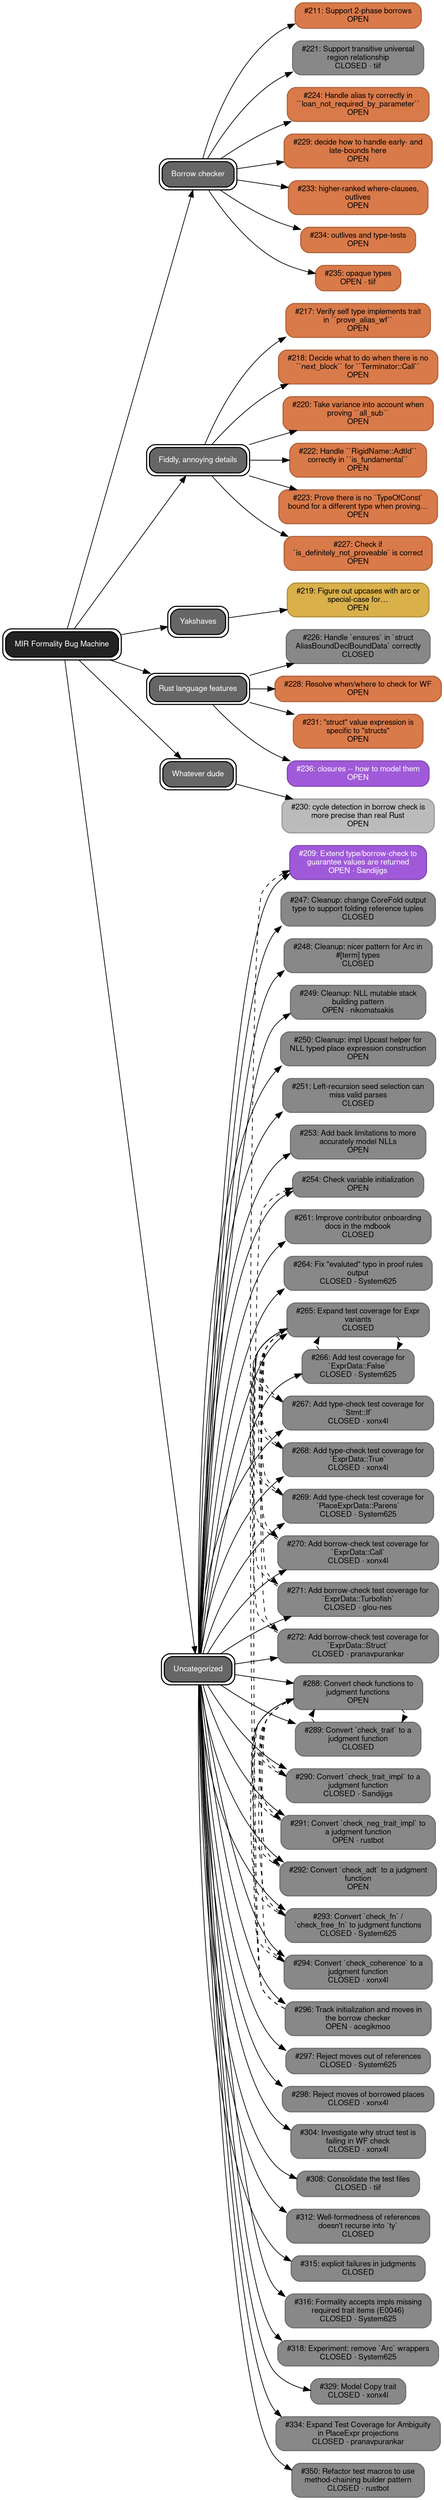
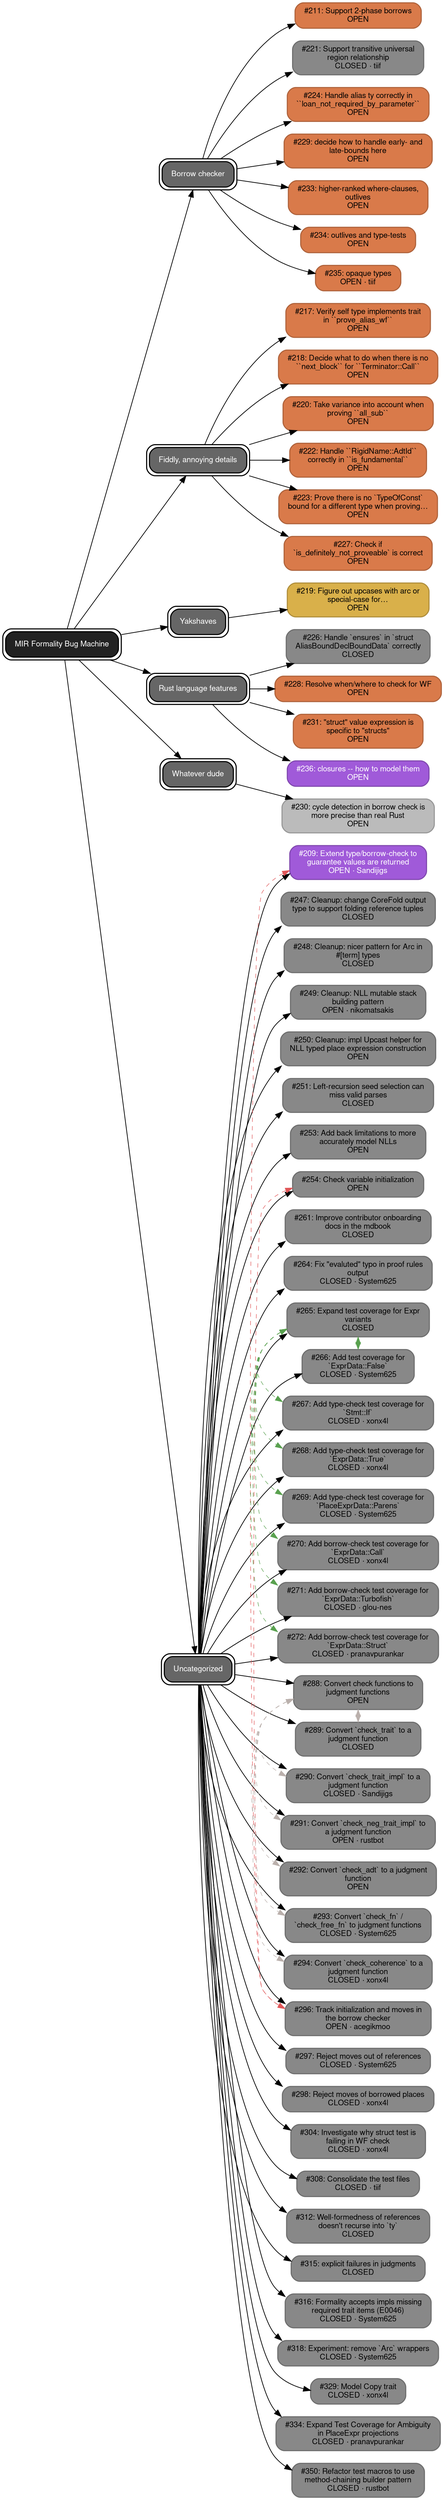
digraph SkillTree {
    rankdir = "LR";
    graph [fontname="Helvetica,Arial,sans-serif"];
    node  [shape=box, style="rounded,filled", fontname="Helvetica,Arial,sans-serif", fontsize=11, margin="0.18,0.08", penwidth=1.5];
    "__project__" [label="MIR Formality Bug Machine", style="rounded,filled", peripheries=2, fillcolor="#222222", fontcolor="white"];
    "__cluster_Borrow checker__" [label="Borrow checker", style="rounded,filled", peripheries=2, fillcolor="#666666", fontcolor="white"];
    "__cluster_Fiddly, annoying details__" [label="Fiddly, annoying details", style="rounded,filled", peripheries=2, fillcolor="#666666", fontcolor="white"];
    "__cluster_Yakshaves__" [label="Yakshaves", style="rounded,filled", peripheries=2, fillcolor="#666666", fontcolor="white"];
    "__cluster_Rust language features__" [label="Rust language features", style="rounded,filled", peripheries=2, fillcolor="#666666", fontcolor="white"];
    "__cluster_Whatever dude__" [label="Whatever dude", style="rounded,filled", peripheries=2, fillcolor="#666666", fontcolor="white"];
    "__cluster_uncategorized__" [label="Uncategorized", style="rounded,filled", peripheries=2, fillcolor="#666666", fontcolor="white"];
    "rust-lang/a-mir-formality#209" [label="#209: Extend type/borrow-check to\nguarantee values are returned\nOPEN · Sandijigs", fillcolor="#a05ad9", fontcolor="white", color="#8048ae", URL="https://github.com/rust-lang/a-mir-formality/issues/209", tooltip="Functions can return without initializing their return place, which should be a type/borrow check error.\n\nCurrently the check for return place initialization was removed to enable the pending_outlives refactoring (threading outlives constraints as parameters instead of mutating TypeckEnv).…"];
    "rust-lang/a-mir-formality#211" [label="#211: Support 2-phase borrows\nOPEN", fillcolor="#d97a4a", fontcolor="black", color="#ae623b", URL="https://github.com/rust-lang/a-mir-formality/issues/211", tooltip="The borrowck implementation will also need to support 2-phase borrows eventually. \n\nIn the mean time, we can already add failing test cases that would pass with the appropriate support."];
    "rust-lang/a-mir-formality#217" [label="#217: Verify self type implements trait\nin ``prove_alias_wf``\nOPEN", fillcolor="#d97a4a", fontcolor="black", color="#ae623b", URL="https://github.com/rust-lang/a-mir-formality/issues/217", tooltip="I don't have concrete idea on how to do that yet, feel free to add more description."];
    "rust-lang/a-mir-formality#218" [label="#218: Decide what to do when there is no\n``next_block`` for ``Terminator::Call``\nOPEN", fillcolor="#d97a4a", fontcolor="black", color="#ae623b", URL="https://github.com/rust-lang/a-mir-formality/issues/218", tooltip="In minirust, if this is value None, then UB will be raised when the function returns. I personally think we can make just make this value not an ``Option``, so our MIR that passed parsing is always valid."];
    "rust-lang/a-mir-formality#219" [label="#219: Figure out upcases with arc or\nspecial-case for…\nOPEN", fillcolor="#d9b04a", fontcolor="black", color="#ae8d3b", URL="https://github.com/rust-lang/a-mir-formality/issues/219"];
    "rust-lang/a-mir-formality#220" [label="#220: Take variance into account when\nproving ``all_sub``\nOPEN", fillcolor="#d97a4a", fontcolor="black", color="#ae623b", URL="https://github.com/rust-lang/a-mir-formality/issues/220"];
    "rust-lang/a-mir-formality#221" [label="#221: Support transitive universal\nregion relationship\nCLOSED · tiif", fillcolor="#888888", fontcolor="black", color="#6d6d6d", URL="https://github.com/rust-lang/a-mir-formality/issues/221", tooltip="which is also making ``declared_transitive_universal_region_relationship`` test pass."];
    "rust-lang/a-mir-formality#222" [label="#222: Handle ``RigidName::AdtId``\ncorrectly in ``is_fundamental``\nOPEN", fillcolor="#d97a4a", fontcolor="black", color="#ae623b", URL="https://github.com/rust-lang/a-mir-formality/issues/222"];
    "rust-lang/a-mir-formality#223" [label="#223: Prove there is no `TypeOfConst`\nbound for a different type when proving…\nOPEN", fillcolor="#d97a4a", fontcolor="black", color="#ae623b", URL="https://github.com/rust-lang/a-mir-formality/issues/223"];
    "rust-lang/a-mir-formality#224" [label="#224: Handle alias ty correctly in\n``loan_not_required_by_parameter``\nOPEN", fillcolor="#d97a4a", fontcolor="black", color="#ae623b", URL="https://github.com/rust-lang/a-mir-formality/issues/224", tooltip="Per the comment…"];
    "rust-lang/a-mir-formality#226" [label="#226: Handle `ensures` in `struct\nAliasBoundDeclBoundData` correctly\nCLOSED", fillcolor="#888888", fontcolor="black", color="#6d6d6d", URL="https://github.com/rust-lang/a-mir-formality/issues/226", tooltip="It is currently encoded as something like `<T> [T: Foo]` where `T` represents the alias."];
    "rust-lang/a-mir-formality#227" [label="#227: Check if\n`is_definitely_not_proveable` is correct\nOPEN", fillcolor="#d97a4a", fontcolor="black", color="#ae623b", URL="https://github.com/rust-lang/a-mir-formality/issues/227", tooltip="per the comment\n\n    // Require only universal variables, so e.g. `forall<T> not (T: Foo)`.\n    // For those, we can convert universal and existential and try to prove\n    // the inverse (so try to prove `exists<T> (T: Foo)`, with a bias towards\n    // completeness. If that fails, then we know that for all `T`, `T: Foo` is false.\n    //\n    // But with existential we can do no such trick.…"];
    "rust-lang/a-mir-formality#228" [label="#228: Resolve when/where to check for WF\nOPEN", fillcolor="#d97a4a", fontcolor="black", color="#ae623b", URL="https://github.com/rust-lang/a-mir-formality/issues/228", tooltip="In reviewing the FIXMEs in the code, we encountered a case related to when to check that 'ensures' bounds are WF. Consider this:\n\ntrait Foo {\n    type Bar: Baz<String>;\n}\n\ntrait Baz<T: Copy> { }\n\nShould it be an error? Os is the trait ok, it can just never be implemented? (perhaps a warning, which mir-formality doesn't model)\n\nSeems related to so-called \"trivial bounds\"...…"];
    "rust-lang/a-mir-formality#229" [label="#229: decide how to handle early- and\nlate-bounds here\nOPEN", fillcolor="#d97a4a", fontcolor="black", color="#ae623b", URL="https://github.com/rust-lang/a-mir-formality/issues/229", tooltip="From the code:\n\nWe are assuming that the function definitions have no early-bound parameters here, but in Rust they do, how should we handle this? e.g., consider\n\nfn foo<'a, T>(x: &'a T) { }\n\nin Rust this yields a type like `for<'a> foo<'a, ?X>`."];
    "rust-lang/a-mir-formality#230" [label="#230: cycle detection in borrow check is\nmore precise than real Rust\nOPEN", fillcolor="#bbbbbb", fontcolor="black", color="#969696", URL="https://github.com/rust-lang/a-mir-formality/issues/230", tooltip="From the rust\n\n// Cycle detection: if we've already visited this block with the same live loans,\n// we've reached a fixpoint and can stop recursing.…"];
    "rust-lang/a-mir-formality#231" [label="#231: \"struct\" value expression is\nspecific to \"structs\"\nOPEN", fillcolor="#d97a4a", fontcolor="black", color="#ae623b", URL="https://github.com/rust-lang/a-mir-formality/issues/231", tooltip="We handle Struct value expressions from mini-rust, but how do we create instances of enums?"];
    "rust-lang/a-mir-formality#233" [label="#233: higher-ranked where-clauses,\noutlives\nOPEN", fillcolor="#d97a4a", fontcolor="black", color="#ae623b", URL="https://github.com/rust-lang/a-mir-formality/issues/233", tooltip="We don't have any tests for Rust features like \n\nfn foo<T>()\nwhere\n    for<'a> T: Trait<'a>\n{}\n\nwe should fix that (and fix the borrow checker to support it!)"];
    "rust-lang/a-mir-formality#234" [label="#234: outlives and type-tests\nOPEN", fillcolor="#d97a4a", fontcolor="black", color="#ae623b", URL="https://github.com/rust-lang/a-mir-formality/issues/234", tooltip="We need tests for outlives and associated type projections of various kinds."];
    "rust-lang/a-mir-formality#235" [label="#235: opaque types\nOPEN · tiif", fillcolor="#d97a4a", fontcolor="black", color="#ae623b", URL="https://github.com/rust-lang/a-mir-formality/issues/235", tooltip="These are not modeled at all and they are confusing AF."];
    "rust-lang/a-mir-formality#236" [label="#236: closures -- how to model them\nOPEN", fillcolor="#a05ad9", fontcolor="white", color="#8048ae", URL="https://github.com/rust-lang/a-mir-formality/issues/236", tooltip="We need to decide how to model closures. They have a lot of fun stuff to consider:\n\n* borrow check interactions\n* outlives\n* etc"];
    "rust-lang/a-mir-formality#247" [label="#247: Cleanup: change CoreFold output\ntype to support folding reference tuples\nCLOSED", fillcolor="#888888", fontcolor="black", color="#6d6d6d", URL="https://github.com/rust-lang/a-mir-formality/issues/247", tooltip="Follow-up cleanup from PR #246:\n\n`CoreFold` currently requires the output type to be `Self`, which prevents `apply(&(&Wcs, &Wcs))` from producing `(Wcs, Wcs)`. Changing this would let `prove_after.rs` collapse two separate `apply` calls into a single tuple destructure:\n\n// current (two calls)\n(let assumptions = c1.substitution().apply(assumptions))\n(let goal = c1.substitution().apply(goal))…"];
    "rust-lang/a-mir-formality#248" [label="#248: Cleanup: nicer pattern for Arc in\n#[term] types\nCLOSED", fillcolor="#888888", fontcolor="black", color="#6d6d6d", URL="https://github.com/rust-lang/a-mir-formality/issues/248", tooltip="Follow-up cleanup from PR #246:\n\nPattern-matching `#[term]` enum variants with `Arc`-wrapped fields binds as `&Arc<T>`, requiring `&**var` to dereference through the Arc before Upcast can work. For example:\n\n// current: need double-deref to get &Ty from &Arc<Ty>\nTy::My(a) => sub(&a, &b)\n\n// desired: just use the variable directly\nTy::My(a) => sub(a, b)…"];
    "rust-lang/a-mir-formality#249" [label="#249: Cleanup: NLL mutable stack\nbuilding pattern\nOPEN · nikomatsakis", fillcolor="#888888", fontcolor="black", color="#6d6d6d", URL="https://github.com/rust-lang/a-mir-formality/issues/249", tooltip="Follow-up cleanup from PR #246:\n\n`nll.rs` has a clone-heavy pattern for building an immutable stack:\n\nlet stack = { let mut s = stack.clone(); s.push(this_entry.clone()); s }\n\nThis could be made more readable, possibly with a helper or a different data structure.\n\nSee: https://github.com/rust-lang/a-mir-formality/pull/246#discussion_r2889222269"];
    "rust-lang/a-mir-formality#250" [label="#250: Cleanup: impl Upcast helper for\nNLL typed place expression construction\nOPEN", fillcolor="#888888", fontcolor="black", color="#6d6d6d", URL="https://github.com/rust-lang/a-mir-formality/issues/250", tooltip="Follow-up cleanup from PR #246:\n\n`TypedPlaceExpression` struct literal construction in `nll.rs` requires explicit `Arc::new` and `.clone()` calls:\n\nroot: Arc::new(root_expr.clone()),\nty: ty.clone(),\nkind: TypedPlaceExpressionKind::Deref(Arc::new(inner_expr.clone())),…"];
    "rust-lang/a-mir-formality#251" [label="#251: Left-recursion seed selection can\nmiss valid parses\nCLOSED", fillcolor="#888888", fontcolor="black", color="#6d6d6d", URL="https://github.com/rust-lang/a-mir-formality/issues/251", tooltip="Summary\n\nThe left-recursion fixed-point loop selects only the longest base-case parse as the seed for each iteration. When a shorter base-case parse would compose with a left-recursive variant to produce a valid complete parse, that composition is never explored.\n\nReproducing grammar\n\nE = E . then . end     // left-recursive: needs \". then . end\" after E\n  | $id .…"];
    "rust-lang/a-mir-formality#253" [label="#253: Add back limitations to more\naccurately model NLLs\nOPEN", fillcolor="#888888", fontcolor="black", color="#6d6d6d", URL="https://github.com/rust-lang/a-mir-formality/issues/253", tooltip="https://github.com/rust-lang/a-mir-formality/pull/244 expands the borrowck implementation for what we want to reach in the future: more precision, less errors, etc.…"];
    "rust-lang/a-mir-formality#254" [label="#254: Check variable initialization\nOPEN", fillcolor="#888888", fontcolor="black", color="#6d6d6d", URL="https://github.com/rust-lang/a-mir-formality/issues/254", tooltip="In today's formality, we never check if a variable is initialized before use, so the test below passed although it shouldn't.\n\ncrate Foo {\n    fn foo () -> u32 = minirust() -> x {\n        let x: u32;\n        exists {\n            bb0: {\n                statements {\n                }\n                return;\n            }\n        }\n    };\n}\n\nThe test above is equivalent to…"];
    "rust-lang/a-mir-formality#261" [label="#261: Improve contributor onboarding\ndocs in the mdbook\nCLOSED", fillcolor="#888888", fontcolor="black", color="#6d6d6d", URL="https://github.com/rust-lang/a-mir-formality/issues/261", tooltip="As discussed in #t-types/formality on Zulip, it would be helpful to expand the a-mir-formality to make it easier for new contributors to get started. Currently the Intro page is empty and the README lists crate names that no longer match the workspace.\n\n1.…"];
    "rust-lang/a-mir-formality#264" [label="#264: Fix \"evaluted\" typo in proof rules\noutput\nCLOSED · System625", fillcolor="#888888", fontcolor="black", color="#6d6d6d", URL="https://github.com/rust-lang/a-mir-formality/issues/264", tooltip="The proof rules output says \"evaluted\" instead of \"evaluated\" in several places.\n\nThe source of the typo is here in `proven_set.rs`. Fix it there, then run:\n\nUPDATE_EXPECT=1 cargo test\n\nto update the expect-test snapshots automatically.\n\ncondition evaluted to false: `place_disjoint_from_place(...)`\n\nshould be:\n\ncondition evaluated to false: `place_disjoint_from_place(...)`"];
    "rust-lang/a-mir-formality#265" [label="#265: Expand test coverage for Expr\nvariants\nCLOSED", fillcolor="#888888", fontcolor="black", color="#6d6d6d", URL="https://github.com/rust-lang/a-mir-formality/issues/265", tooltip="Tracking issue for ensuring we have both borrow-checker (`borrowck.rs`) and type-checking (`mir_typeck.rs`) test coverage for every `Expr`, `Stmt`, and `PlaceExpr` variant.\n\nCurrent coverage gaps…"];
    "rust-lang/a-mir-formality#266" [label="#266: Add test coverage for\n`ExprData::False`\nCLOSED · System625", fillcolor="#888888", fontcolor="black", color="#6d6d6d", URL="https://github.com/rust-lang/a-mir-formality/issues/266", tooltip="Parent tracking issue: #265\n\nThe `ExprData::False` variant has no test coverage in either `borrowck.rs` or `mir_typeck.rs`.\n\nAdd at least one test exercising the `false` literal, e.g.:\n- A borrow-check test with `if false { ... } else { ... }`\n- A type-check test using `false` as an expression\n\nSee the parent tracking issue for instructions on how to add tests and which files to edit."];
    "rust-lang/a-mir-formality#267" [label="#267: Add type-check test coverage for\n`Stmt::If`\nCLOSED · xonx4l", fillcolor="#888888", fontcolor="black", color="#6d6d6d", URL="https://github.com/rust-lang/a-mir-formality/issues/267", tooltip="Parent tracking issue: #265\n\nThe `Stmt::If` variant has borrow-check coverage (e.g., `min_problem_case_3`) but no type-checking coverage in `mir_typeck.rs`.\n\nAdd a test that exercises an `if` statement in the surface language. For example, a function that branches on a condition and returns different values from each branch.…"];
    "rust-lang/a-mir-formality#268" [label="#268: Add type-check test coverage for\n`ExprData::True`\nCLOSED · xonx4l", fillcolor="#888888", fontcolor="black", color="#6d6d6d", URL="https://github.com/rust-lang/a-mir-formality/issues/268", tooltip="Parent tracking issue: #265\n\nThe `ExprData::True` variant has borrow-check coverage (e.g., `min_problem_case_3`) but no type-checking coverage in `mir_typeck.rs`.\n\nAdd a test that uses the `true` literal. This could be combined with a `Stmt::If` test. See the parent tracking issue for instructions on how to add tests."];
    "rust-lang/a-mir-formality#269" [label="#269: Add type-check test coverage for\n`PlaceExprData::Parens`\nCLOSED · System625", fillcolor="#888888", fontcolor="black", color="#6d6d6d", URL="https://github.com/rust-lang/a-mir-formality/issues/269", tooltip="Parent tracking issue: #265\n\nThe `PlaceExprData::Parens` variant has borrow-check coverage (e.g., `problem_case_4`) but no type-checking coverage in `mir_typeck.rs`.\n\nAdd a test that uses a parenthesized place expression, e.g., `(*v).field` where the deref needs parens to parse correctly. See the parent tracking issue for instructions on how to add tests."];
    "rust-lang/a-mir-formality#270" [label="#270: Add borrow-check test coverage for\n`ExprData::Call`\nCLOSED · xonx4l", fillcolor="#888888", fontcolor="black", color="#6d6d6d", URL="https://github.com/rust-lang/a-mir-formality/issues/270", tooltip="Parent tracking issue: #265\n\nThe `ExprData::Call` variant has type-checking coverage (e.g., `test_call_terminator`) but no borrow-check coverage in `borrowck.rs`.\n\nAdd borrow-check tests exercising function calls, e.g.:\n- Passing a borrowed reference to a function\n- Calling a function while a borrow is live\n- A function that takes `&mut` preventing aliased access…"];
    "rust-lang/a-mir-formality#271" [label="#271: Add borrow-check test coverage for\n`ExprData::Turbofish`\nCLOSED · glou-nes", fillcolor="#888888", fontcolor="black", color="#6d6d6d", URL="https://github.com/rust-lang/a-mir-formality/issues/271", tooltip="Parent tracking issue: #265\n\nThe `ExprData::Turbofish` variant has type-checking coverage (e.g., `test_call_generic_fn_with_turbofish`) but no borrow-check coverage in `borrowck.rs`.\n\nAdd a borrow-check test that calls a generic function with explicit type/lifetime parameters using turbofish syntax (e.g., `identity::<u32>(v)`).\n\nSee the parent tracking issue for instructions on how to add tests."];
    "rust-lang/a-mir-formality#272" [label="#272: Add borrow-check test coverage for\n`ExprData::Struct`\nCLOSED · pranavpurankar", fillcolor="#888888", fontcolor="black", color="#6d6d6d", URL="https://github.com/rust-lang/a-mir-formality/issues/272", tooltip="Parent tracking issue: #265\n\nThe `ExprData::Struct` variant has type-checking coverage (e.g., `test_struct`) but no borrow-check coverage in `borrowck.rs`.\n\nAdd borrow-check tests exercising struct construction, e.g.:\n- Constructing a struct that borrows from a local\n- Accessing a struct field while another field is borrowed\n\nSee the parent tracking issue for instructions on how to add tests."];
    "rust-lang/a-mir-formality#288" [label="#288: Convert check functions to\njudgment functions\nOPEN", fillcolor="#888888", fontcolor="black", color="#6d6d6d", URL="https://github.com/rust-lang/a-mir-formality/issues/288", tooltip="Tracking issue for converting the top-level checking code from regular Rust functions (that manually construct proof trees) into judgment functions.\n\nHow it works today\n\na-mir-formality begins today by calling `check_all_crates`.…"];
    "rust-lang/a-mir-formality#289" [label="#289: Convert `check_trait` to a\njudgment function\nCLOSED", fillcolor="#888888", fontcolor="black", color="#6d6d6d", URL="https://github.com/rust-lang/a-mir-formality/issues/289", tooltip="Parent tracking issue: #288\n\nConvert `check_trait` from a regular Rust function to a judgment function.\n\nCurrently it: opens the trait binder, proves where-clauses are well-formed, and checks each trait item.…"];
    "rust-lang/a-mir-formality#290" [label="#290: Convert `check_trait_impl` to a\njudgment function\nCLOSED · Sandijigs", fillcolor="#888888", fontcolor="black", color="#6d6d6d", URL="https://github.com/rust-lang/a-mir-formality/issues/290", tooltip="Parent tracking issue: #288\n\nConvert `check_trait_impl` from a regular Rust function to a judgment function.\n\nCurrently it: opens the binder, proves WF + is_implemented + not_implemented, checks safety, and checks impl items.…"];
    "rust-lang/a-mir-formality#291" [label="#291: Convert `check_neg_trait_impl` to\na judgment function\nOPEN · rustbot", fillcolor="#888888", fontcolor="black", color="#6d6d6d", URL="https://github.com/rust-lang/a-mir-formality/issues/291", tooltip="Parent tracking issue: #288\n\nConvert `check_neg_trait_impl` from a regular Rust function to a judgment function.\n\nCurrently it: opens the binder, proves WF + not_implemented, and validates that negative impls are not declared unsafe.\n\nSee the parent tracking issue for context and examples.\n\nThis issue has been assigned to @JojoFlex1 via this comment."];
    "rust-lang/a-mir-formality#292" [label="#292: Convert `check_adt` to a judgment\nfunction\nOPEN", fillcolor="#888888", fontcolor="black", color="#6d6d6d", URL="https://github.com/rust-lang/a-mir-formality/issues/292", tooltip="Parent tracking issue: #288\n\nConvert `check_adt` from a regular Rust function to a judgment function.\n\nCurrently it: opens the ADT binder, proves where-clauses are well-formed, and proves each field type is well-formed.\n\nSee the parent tracking issue for context and examples."];
    "rust-lang/a-mir-formality#293" [label="#293: Convert `check_fn` /\n`check_free_fn` to judgment functions\nCLOSED · System625", fillcolor="#888888", fontcolor="black", color="#6d6d6d", URL="https://github.com/rust-lang/a-mir-formality/issues/293", tooltip="Parent tracking issue: #288\n\nConvert `check_free_fn` and `check_fn` from regular Rust functions to judgment functions.\n\n`check_free_fn` is a thin wrapper that calls `check_fn` with an empty env.\n\n`check_fn` currently: proves WF of where-clauses + argument types + return type, then dispatches to the borrow checker for the function body.…"];
    "rust-lang/a-mir-formality#294" [label="#294: Convert `check_coherence` to a\njudgment function\nCLOSED · xonx4l", fillcolor="#888888", fontcolor="black", color="#6d6d6d", URL="https://github.com/rust-lang/a-mir-formality/issues/294", tooltip="Parent tracking issue: #288\n\nConvert `check_coherence` from a regular Rust function to a judgment function.\n\nCurrently it orchestrates:\n- `orphan_check` / `orphan_check_neg` — proves is_local\n- `overlap_check` — proves non-overlap via not_goal or inverted where-clauses\n\nThese helpers should also be converted.\n\nSee the parent tracking issue for context and examples."];
    "rust-lang/a-mir-formality#296" [label="#296: Track initialization and moves in\nthe borrow checker\nOPEN · acegikmoo", fillcolor="#888888", fontcolor="black", color="#6d6d6d", URL="https://github.com/rust-lang/a-mir-formality/issues/296", tooltip="Updates #254. Related to #209.\n\nThe borrow checker currently does not track whether variables are initialized or have been moved. This means programs that use uninitialized variables or use variables after they've been moved are accepted when they should be rejected.\n\nFor example, this should be an error but currently passes:…"];
    "rust-lang/a-mir-formality#297" [label="#297: Reject moves out of references\nCLOSED · System625", fillcolor="#888888", fontcolor="black", color="#6d6d6d", URL="https://github.com/rust-lang/a-mir-formality/issues/297", tooltip="You cannot move a value out from behind a reference (`&T` or `&mut T`). Currently formality allows this.\n\nIn rustc this is error E0507: \"cannot move out of `*r` which is behind a shared/mutable reference.\" This is a property of the place being behind a reference, not about active loans — it applies even if there are no other borrows.…"];
    "rust-lang/a-mir-formality#298" [label="#298: Reject moves of borrowed places\nCLOSED · xonx4l", fillcolor="#888888", fontcolor="black", color="#6d6d6d", URL="https://github.com/rust-lang/a-mir-formality/issues/298", tooltip="You cannot move a place that currently has an active loan. Currently formality detects conflicts when writing to a borrowed place, but does not specifically check moves.\n\nIn rustc this is error E0505: \"cannot move out of `x` because it is borrowed.\"…"];
    "rust-lang/a-mir-formality#304" [label="#304: Investigate why struct test is\nfailing in WF check\nCLOSED · xonx4l", fillcolor="#888888", fontcolor="black", color="#6d6d6d", URL="https://github.com/rust-lang/a-mir-formality/issues/304", tooltip="PR #282 left an odd error in `src/test/borrowck.rs`. See the conversation here:\n\nhttps://github.com/rust-lang/a-mir-formality/pull/282#discussion_r3019048262"];
    "rust-lang/a-mir-formality#308" [label="#308: Consolidate the test files\nCLOSED · tiif", fillcolor="#888888", fontcolor="black", color="#6d6d6d", URL="https://github.com/rust-lang/a-mir-formality/issues/308", tooltip="Currently, our test is in both ``src/test`` and ``tests``, it will be nice to have only one place for all tests."];
    "rust-lang/a-mir-formality#312" [label="#312: Well-formedness of references\ndoesn't recurse into `ty`\nCLOSED", fillcolor="#888888", fontcolor="black", color="#6d6d6d", URL="https://github.com/rust-lang/a-mir-formality/issues/312", tooltip="The following code passes at the moment:\n\n[test]\nfn bad() {\n    test_program_ok(\n        \"[crate core {\n            trait Trait {}\n            struct A<X> where X: Trait {}\n            fn invalid<'a, X>(x: &'a A<X>) -> ()\n            where\n                X: 'a,\n            {}\n        }]\",\n    )\n    .assert_ok();\n}…"];
    "rust-lang/a-mir-formality#315" [label="#315: explicit failures in judgments\nCLOSED", fillcolor="#888888", fontcolor="black", color="#6d6d6d", URL="https://github.com/rust-lang/a-mir-formality/issues/315", tooltip="From #310, I think we should add a new form into the judgment-fn macro like `(fail \"...\", ...)`. This would create an anyhow error that fails. It would be used to document cases that are intentionally omitted and to produce better error messages (e.g., moving from a `*` is not accepted)."];
    "rust-lang/a-mir-formality#316" [label="#316: Formality accepts impls missing\nrequired trait items (E0046)\nCLOSED · System625", fillcolor="#888888", fontcolor="black", color="#6d6d6d", URL="https://github.com/rust-lang/a-mir-formality/issues/316", tooltip="`check_trait_impl` does not verify that all required trait items are provided by the impl. This means formality silently accepts programs that rustc rejects with E0046 (\"not all trait items implemented\").\n\nReproduction\n\nThe following program passes formality but is rejected by rustc:\n\ntrait Foo {\n    fn bar(self_: u32) -> u32;\n}\nstruct MyStruct {}\nimpl Foo for MyStruct {}…"];
    "rust-lang/a-mir-formality#318" [label="#318: Experiment: remove `Arc` wrappers\nCLOSED · System625", fillcolor="#888888", fontcolor="black", color="#6d6d6d", URL="https://github.com/rust-lang/a-mir-formality/issues/318", tooltip="Currently we have Arc-wrapper types in a number of places--\n\nhttps://github.com/rust-lang/a-mir-formality/blob/0e9b18c8bcf5cab4f9e30d132c1d7d6cf2dcc890/crates/formality-rust/src/grammar/ty.rs#L14-L19\n\nand an inner enum type\n\nhttps://github.com/rust-lang/a-mir-formality/blob/0e9b18c8bcf5cab4f9e30d132c1d7d6cf2dcc890/crates/formality-rust/src/grammar/ty.rs#L118-L130\n\n---which I hate.…"];
    "rust-lang/a-mir-formality#329" [label="#329: Model Copy trait\nCLOSED · xonx4l", fillcolor="#888888", fontcolor="black", color="#6d6d6d", URL="https://github.com/rust-lang/a-mir-formality/issues/329", tooltip="As noted in <https://github.com/rust-lang/a-mir-formality/pull/323#discussion_r3080736286>, we are starting to need to model the actual `Copy` trait in borrow check."];
    "rust-lang/a-mir-formality#334" [label="#334: Expand Test Coverage for Ambiguity\nin PlaceExpr projections\nCLOSED · pranavpurankar", fillcolor="#888888", fontcolor="black", color="#6d6d6d", URL="https://github.com/rust-lang/a-mir-formality/issues/334", tooltip="Description\n\nThe `PlaceExpr` grammar is currently ambiguous when combining dereferences and field projections. For example, the expression `*p.f` causes a parser panic because the formality core cannot distinguish between `*(p.f)` and `(*p).f` This was identified during the implementation of borrow-check coverage in PR #282.\n\nExpected Outcome…"];
    "rust-lang/a-mir-formality#350" [label="#350: Refactor test macros to use\nmethod-chaining builder pattern\nCLOSED · rustbot", fillcolor="#888888", fontcolor="black", color="#6d6d6d", URL="https://github.com/rust-lang/a-mir-formality/issues/350", tooltip="Summary\n\nRefactor the test infrastructure to use a builder-style `FormalityTest` API with method chaining, replacing the current `assert_ok!` / `assert_err!` / `assert_rustc_success!` / `assert_rustc_error!` macros.\n\nMotivation\n\nToday we have separate macros for each kind of assertion (`assert_ok!`, `assert_err!`, `assert_rustc_success!`, `assert_rustc_error!`, `assert_equivalence!`).…"];
    "__project__" -> "__cluster_Borrow checker__";
    "__project__" -> "__cluster_Fiddly, annoying details__";
    "__project__" -> "__cluster_Yakshaves__";
    "__project__" -> "__cluster_Rust language features__";
    "__project__" -> "__cluster_Whatever dude__";
    "__project__" -> "__cluster_uncategorized__";
    "__cluster_Borrow checker__" -> "rust-lang/a-mir-formality#211";
    "__cluster_Borrow checker__" -> "rust-lang/a-mir-formality#221";
    "__cluster_Borrow checker__" -> "rust-lang/a-mir-formality#224";
    "__cluster_Borrow checker__" -> "rust-lang/a-mir-formality#229";
    "__cluster_Borrow checker__" -> "rust-lang/a-mir-formality#233";
    "__cluster_Borrow checker__" -> "rust-lang/a-mir-formality#234";
    "__cluster_Borrow checker__" -> "rust-lang/a-mir-formality#235";
    "__cluster_Fiddly, annoying details__" -> "rust-lang/a-mir-formality#217";
    "__cluster_Fiddly, annoying details__" -> "rust-lang/a-mir-formality#218";
    "__cluster_Fiddly, annoying details__" -> "rust-lang/a-mir-formality#220";
    "__cluster_Fiddly, annoying details__" -> "rust-lang/a-mir-formality#222";
    "__cluster_Fiddly, annoying details__" -> "rust-lang/a-mir-formality#223";
    "__cluster_Fiddly, annoying details__" -> "rust-lang/a-mir-formality#227";
    "__cluster_Yakshaves__" -> "rust-lang/a-mir-formality#219";
    "__cluster_Rust language features__" -> "rust-lang/a-mir-formality#226";
    "__cluster_Rust language features__" -> "rust-lang/a-mir-formality#228";
    "__cluster_Rust language features__" -> "rust-lang/a-mir-formality#231";
    "__cluster_Rust language features__" -> "rust-lang/a-mir-formality#236";
    "__cluster_Whatever dude__" -> "rust-lang/a-mir-formality#230";
    "__cluster_uncategorized__" -> "rust-lang/a-mir-formality#209";
    "__cluster_uncategorized__" -> "rust-lang/a-mir-formality#247";
    "__cluster_uncategorized__" -> "rust-lang/a-mir-formality#248";
    "__cluster_uncategorized__" -> "rust-lang/a-mir-formality#249";
    "__cluster_uncategorized__" -> "rust-lang/a-mir-formality#250";
    "__cluster_uncategorized__" -> "rust-lang/a-mir-formality#251";
    "__cluster_uncategorized__" -> "rust-lang/a-mir-formality#253";
    "__cluster_uncategorized__" -> "rust-lang/a-mir-formality#254";
    "__cluster_uncategorized__" -> "rust-lang/a-mir-formality#261";
    "__cluster_uncategorized__" -> "rust-lang/a-mir-formality#264";
    "__cluster_uncategorized__" -> "rust-lang/a-mir-formality#265";
    "__cluster_uncategorized__" -> "rust-lang/a-mir-formality#266";
    "__cluster_uncategorized__" -> "rust-lang/a-mir-formality#267";
    "__cluster_uncategorized__" -> "rust-lang/a-mir-formality#268";
    "__cluster_uncategorized__" -> "rust-lang/a-mir-formality#269";
    "__cluster_uncategorized__" -> "rust-lang/a-mir-formality#270";
    "__cluster_uncategorized__" -> "rust-lang/a-mir-formality#271";
    "__cluster_uncategorized__" -> "rust-lang/a-mir-formality#272";
    "__cluster_uncategorized__" -> "rust-lang/a-mir-formality#288";
    "__cluster_uncategorized__" -> "rust-lang/a-mir-formality#289";
    "__cluster_uncategorized__" -> "rust-lang/a-mir-formality#290";
    "__cluster_uncategorized__" -> "rust-lang/a-mir-formality#291";
    "__cluster_uncategorized__" -> "rust-lang/a-mir-formality#292";
    "__cluster_uncategorized__" -> "rust-lang/a-mir-formality#293";
    "__cluster_uncategorized__" -> "rust-lang/a-mir-formality#294";
    "__cluster_uncategorized__" -> "rust-lang/a-mir-formality#296";
    "__cluster_uncategorized__" -> "rust-lang/a-mir-formality#297";
    "__cluster_uncategorized__" -> "rust-lang/a-mir-formality#298";
    "__cluster_uncategorized__" -> "rust-lang/a-mir-formality#304";
    "__cluster_uncategorized__" -> "rust-lang/a-mir-formality#308";
    "__cluster_uncategorized__" -> "rust-lang/a-mir-formality#312";
    "__cluster_uncategorized__" -> "rust-lang/a-mir-formality#315";
    "__cluster_uncategorized__" -> "rust-lang/a-mir-formality#316";
    "__cluster_uncategorized__" -> "rust-lang/a-mir-formality#318";
    "__cluster_uncategorized__" -> "rust-lang/a-mir-formality#329";
    "__cluster_uncategorized__" -> "rust-lang/a-mir-formality#334";
    "__cluster_uncategorized__" -> "rust-lang/a-mir-formality#350";
-     "rust-lang/a-mir-formality#265" -> "rust-lang/a-mir-formality#266" [style=dashed, constraint=false, tooltip="cross-reference"];
-     "rust-lang/a-mir-formality#265" -> "rust-lang/a-mir-formality#267" [style=dashed, constraint=false, tooltip="cross-reference"];
-     "rust-lang/a-mir-formality#265" -> "rust-lang/a-mir-formality#268" [style=dashed, constraint=false, tooltip="cross-reference"];
-     "rust-lang/a-mir-formality#265" -> "rust-lang/a-mir-formality#269" [style=dashed, constraint=false, tooltip="cross-reference"];
-     "rust-lang/a-mir-formality#265" -> "rust-lang/a-mir-formality#270" [style=dashed, constraint=false, tooltip="cross-reference"];
-     "rust-lang/a-mir-formality#265" -> "rust-lang/a-mir-formality#271" [style=dashed, constraint=false, tooltip="cross-reference"];
-     "rust-lang/a-mir-formality#265" -> "rust-lang/a-mir-formality#272" [style=dashed, constraint=false, tooltip="cross-reference"];
-     "rust-lang/a-mir-formality#266" -> "rust-lang/a-mir-formality#265" [style=dashed, constraint=false, tooltip="cross-reference"];
-     "rust-lang/a-mir-formality#267" -> "rust-lang/a-mir-formality#265" [style=dashed, constraint=false, tooltip="cross-reference"];
-     "rust-lang/a-mir-formality#268" -> "rust-lang/a-mir-formality#265" [style=dashed, constraint=false, tooltip="cross-reference"];
-     "rust-lang/a-mir-formality#269" -> "rust-lang/a-mir-formality#265" [style=dashed, constraint=false, tooltip="cross-reference"];
-     "rust-lang/a-mir-formality#270" -> "rust-lang/a-mir-formality#265" [style=dashed, constraint=false, tooltip="cross-reference"];
-     "rust-lang/a-mir-formality#271" -> "rust-lang/a-mir-formality#265" [style=dashed, constraint=false, tooltip="cross-reference"];
-     "rust-lang/a-mir-formality#272" -> "rust-lang/a-mir-formality#265" [style=dashed, constraint=false, tooltip="cross-reference"];
-     "rust-lang/a-mir-formality#288" -> "rust-lang/a-mir-formality#289" [style=dashed, constraint=false, tooltip="cross-reference"];
-     "rust-lang/a-mir-formality#288" -> "rust-lang/a-mir-formality#290" [style=dashed, constraint=false, tooltip="cross-reference"];
-     "rust-lang/a-mir-formality#288" -> "rust-lang/a-mir-formality#291" [style=dashed, constraint=false, tooltip="cross-reference"];
-     "rust-lang/a-mir-formality#288" -> "rust-lang/a-mir-formality#292" [style=dashed, constraint=false, tooltip="cross-reference"];
-     "rust-lang/a-mir-formality#288" -> "rust-lang/a-mir-formality#293" [style=dashed, constraint=false, tooltip="cross-reference"];
-     "rust-lang/a-mir-formality#288" -> "rust-lang/a-mir-formality#294" [style=dashed, constraint=false, tooltip="cross-reference"];
-     "rust-lang/a-mir-formality#289" -> "rust-lang/a-mir-formality#288" [style=dashed, constraint=false, tooltip="cross-reference"];
-     "rust-lang/a-mir-formality#290" -> "rust-lang/a-mir-formality#288" [style=dashed, constraint=false, tooltip="cross-reference"];
-     "rust-lang/a-mir-formality#291" -> "rust-lang/a-mir-formality#288" [style=dashed, constraint=false, tooltip="cross-reference"];
-     "rust-lang/a-mir-formality#292" -> "rust-lang/a-mir-formality#288" [style=dashed, constraint=false, tooltip="cross-reference"];
-     "rust-lang/a-mir-formality#293" -> "rust-lang/a-mir-formality#288" [style=dashed, constraint=false, tooltip="cross-reference"];
-     "rust-lang/a-mir-formality#294" -> "rust-lang/a-mir-formality#288" [style=dashed, constraint=false, tooltip="cross-reference"];
-     "rust-lang/a-mir-formality#296" -> "rust-lang/a-mir-formality#209" [style=dashed, constraint=false, tooltip="cross-reference"];
-     "rust-lang/a-mir-formality#296" -> "rust-lang/a-mir-formality#254" [style=dashed, constraint=false, tooltip="cross-reference"];
+     "rust-lang/a-mir-formality#265" -> "rust-lang/a-mir-formality#266" [style=dashed, constraint=false, penwidth=0.7, dir=both, color="#59a14f", tooltip="cross-reference (mutual): rust-lang/a-mir-formality#265 ↔ rust-lang/a-mir-formality#266"];
+     "rust-lang/a-mir-formality#265" -> "rust-lang/a-mir-formality#267" [style=dashed, constraint=false, penwidth=0.7, dir=both, color="#59a14f", tooltip="cross-reference (mutual): rust-lang/a-mir-formality#265 ↔ rust-lang/a-mir-formality#267"];
+     "rust-lang/a-mir-formality#265" -> "rust-lang/a-mir-formality#268" [style=dashed, constraint=false, penwidth=0.7, dir=both, color="#59a14f", tooltip="cross-reference (mutual): rust-lang/a-mir-formality#265 ↔ rust-lang/a-mir-formality#268"];
+     "rust-lang/a-mir-formality#265" -> "rust-lang/a-mir-formality#269" [style=dashed, constraint=false, penwidth=0.7, dir=both, color="#59a14f", tooltip="cross-reference (mutual): rust-lang/a-mir-formality#265 ↔ rust-lang/a-mir-formality#269"];
+     "rust-lang/a-mir-formality#265" -> "rust-lang/a-mir-formality#270" [style=dashed, constraint=false, penwidth=0.7, dir=both, color="#59a14f", tooltip="cross-reference (mutual): rust-lang/a-mir-formality#265 ↔ rust-lang/a-mir-formality#270"];
+     "rust-lang/a-mir-formality#265" -> "rust-lang/a-mir-formality#271" [style=dashed, constraint=false, penwidth=0.7, dir=both, color="#59a14f", tooltip="cross-reference (mutual): rust-lang/a-mir-formality#265 ↔ rust-lang/a-mir-formality#271"];
+     "rust-lang/a-mir-formality#265" -> "rust-lang/a-mir-formality#272" [style=dashed, constraint=false, penwidth=0.7, dir=both, color="#59a14f", tooltip="cross-reference (mutual): rust-lang/a-mir-formality#265 ↔ rust-lang/a-mir-formality#272"];
+     "rust-lang/a-mir-formality#288" -> "rust-lang/a-mir-formality#289" [style=dashed, constraint=false, penwidth=0.7, dir=both, color="#bab0ac", tooltip="cross-reference (mutual): rust-lang/a-mir-formality#288 ↔ rust-lang/a-mir-formality#289"];
+     "rust-lang/a-mir-formality#288" -> "rust-lang/a-mir-formality#290" [style=dashed, constraint=false, penwidth=0.7, dir=both, color="#bab0ac", tooltip="cross-reference (mutual): rust-lang/a-mir-formality#288 ↔ rust-lang/a-mir-formality#290"];
+     "rust-lang/a-mir-formality#288" -> "rust-lang/a-mir-formality#291" [style=dashed, constraint=false, penwidth=0.7, dir=both, color="#bab0ac", tooltip="cross-reference (mutual): rust-lang/a-mir-formality#288 ↔ rust-lang/a-mir-formality#291"];
+     "rust-lang/a-mir-formality#288" -> "rust-lang/a-mir-formality#292" [style=dashed, constraint=false, penwidth=0.7, dir=both, color="#bab0ac", tooltip="cross-reference (mutual): rust-lang/a-mir-formality#288 ↔ rust-lang/a-mir-formality#292"];
+     "rust-lang/a-mir-formality#288" -> "rust-lang/a-mir-formality#293" [style=dashed, constraint=false, penwidth=0.7, dir=both, color="#bab0ac", tooltip="cross-reference (mutual): rust-lang/a-mir-formality#288 ↔ rust-lang/a-mir-formality#293"];
+     "rust-lang/a-mir-formality#288" -> "rust-lang/a-mir-formality#294" [style=dashed, constraint=false, penwidth=0.7, dir=both, color="#bab0ac", tooltip="cross-reference (mutual): rust-lang/a-mir-formality#288 ↔ rust-lang/a-mir-formality#294"];
+     "rust-lang/a-mir-formality#209" -> "rust-lang/a-mir-formality#296" [style=dashed, constraint=false, penwidth=0.7, dir=both, color="#e15759", tooltip="cross-reference (mutual): rust-lang/a-mir-formality#209 ↔ rust-lang/a-mir-formality#296"];
+     "rust-lang/a-mir-formality#254" -> "rust-lang/a-mir-formality#296" [style=dashed, constraint=false, penwidth=0.7, dir=both, color="#e15759", tooltip="cross-reference (mutual): rust-lang/a-mir-formality#254 ↔ rust-lang/a-mir-formality#296"];
}
